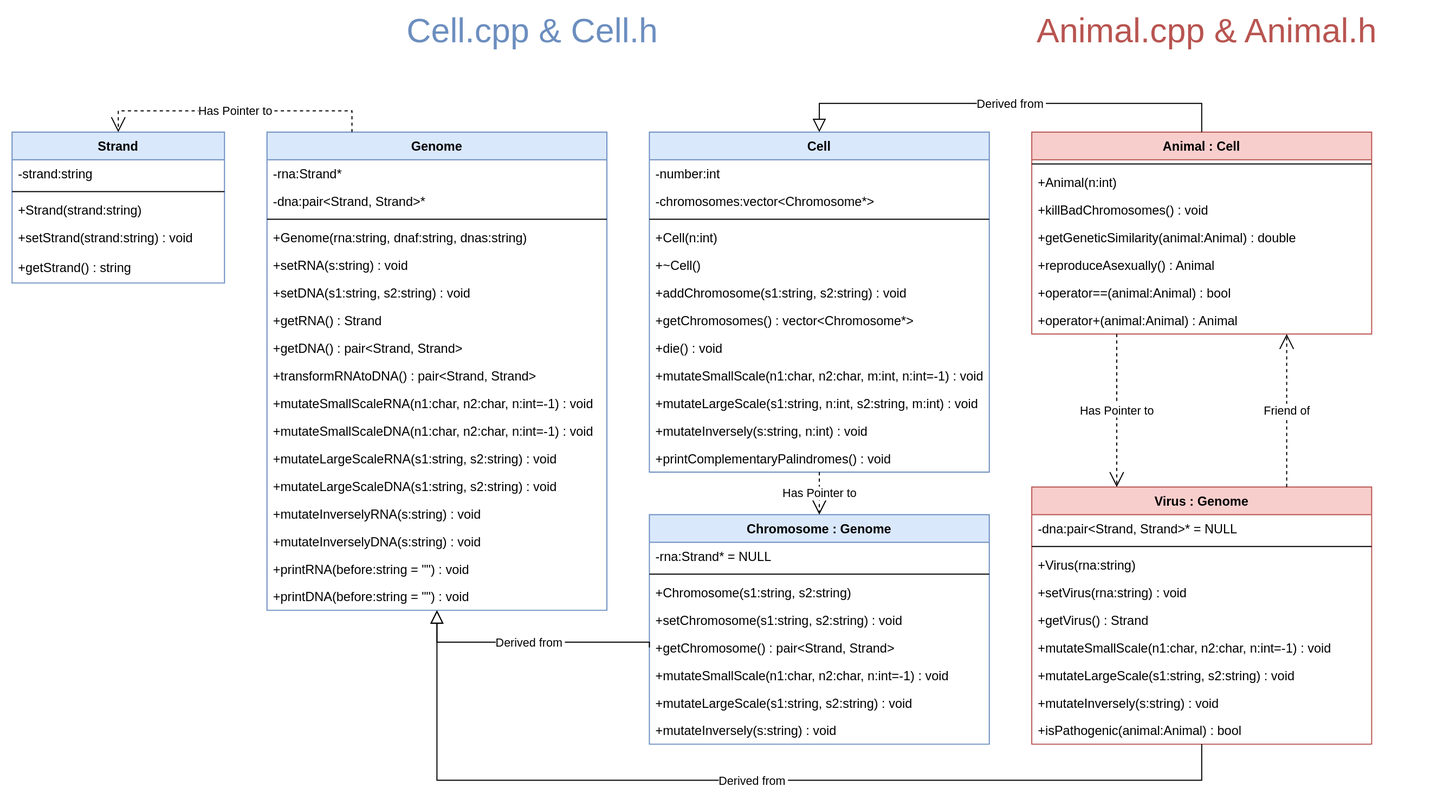
Before: schema/classes.drawio.svg, a diagram exported from draw.io (k-forghani/class-of-life). Source tidied: cells renumbered, new cells last; positions are measured from the earlier drawing's top-left corner, leaving out a move shared by most shapes.
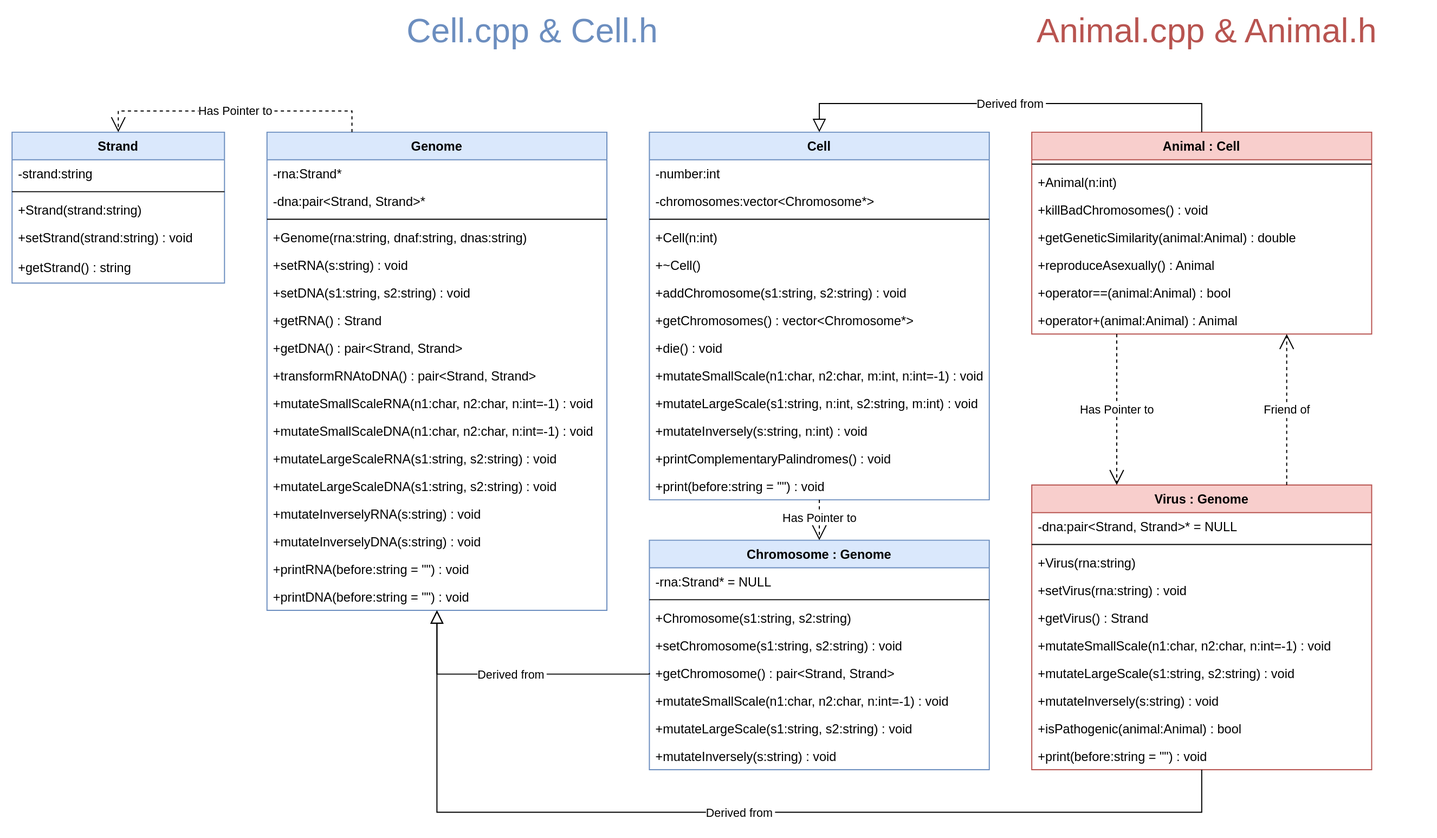
The same diagram one commit later.

Commit message:
Added specific print() for Chromosome and Virus

What changed in the source:
```diff
@@ -57,7 +57,7 @@
       <mxGeometry y="424" width="320" height="26" as="geometry" />
     </mxCell>
     <mxCell id="20" value="Chromosome : Genome" style="swimlane;fontStyle=1;align=center;verticalAlign=top;horizontal=1;startSize=26;rounded=0;shadow=0;strokeWidth=1;fillColor=#dae8fc;strokeColor=#6c8ebf;swimlaneFillColor=default;" parent="1" vertex="1">
-      <mxGeometry x="600" y="470" width="320" height="216" as="geometry" />
+      <mxGeometry x="600" y="494" width="320" height="216" as="geometry" />
     </mxCell>
     <mxCell id="21" value="-rna:Strand* = NULL" style="text;align=left;verticalAlign=top;spacingLeft=4;spacingRight=4;overflow=hidden;" parent="20" vertex="1">
       <mxGeometry y="26" width="320" height="26" as="geometry" />
@@ -86,7 +86,7 @@
     <mxCell id="29" value="Derived from" style="endArrow=block;endSize=10;endFill=0;shadow=0;strokeWidth=1;rounded=0;edgeStyle=elbowEdgeStyle;elbow=vertical;exitX=0;exitY=0.5;exitDx=0;exitDy=0;entryX=0.5;entryY=1;entryDx=0;entryDy=0;" parent="1" edge="1" source="25" target="2">
       <mxGeometry relative="1" as="geometry">
         <Array as="points">
-          <mxPoint x="480" y="590" />
+          <mxPoint x="510" y="620" />
           <mxPoint x="480" y="580" />
         </Array>
       </mxGeometry>
@@ -110,7 +110,7 @@
       <mxGeometry y="114" width="200" height="28" as="geometry" />
     </mxCell>
     <mxCell id="36" value="Cell" style="swimlane;fontStyle=1;align=center;verticalAlign=top;horizontal=1;startSize=26;rounded=0;shadow=0;strokeWidth=1;fillColor=#dae8fc;strokeColor=#6c8ebf;swimlaneFillColor=default;" parent="1" vertex="1">
-      <mxGeometry x="600" y="110" width="320" height="320" as="geometry" />
+      <mxGeometry x="600" y="110" width="320" height="346" as="geometry" />
     </mxCell>
     <mxCell id="37" value="-number:int" style="text;align=left;verticalAlign=top;spacingLeft=4;spacingRight=4;overflow=hidden;" parent="36" vertex="1">
       <mxGeometry y="26" width="320" height="26" as="geometry" />
@@ -148,6 +148,9 @@
     <mxCell id="48" value="+printComplementaryPalindromes() : void" style="text;align=left;verticalAlign=top;spacingLeft=4;spacingRight=4;overflow=hidden;" parent="36" vertex="1">
       <mxGeometry y="294" width="320" height="26" as="geometry" />
     </mxCell>
+    <mxCell id="75" value="+print(before:string = &quot;&quot;) : void" style="text;align=left;verticalAlign=top;spacingLeft=4;spacingRight=4;overflow=hidden;" parent="36" vertex="1">
+      <mxGeometry y="320" width="320" height="26" as="geometry" />
+    </mxCell>
     <mxCell id="49" value="Has Pointer to" style="endArrow=open;endSize=12;dashed=1;html=1;rounded=0;exitX=0.25;exitY=0;exitDx=0;exitDy=0;entryX=0.5;entryY=0;entryDx=0;entryDy=0;" parent="1" edge="1" source="2" target="30">
       <mxGeometry relative="1" as="geometry">
         <Array as="points">
@@ -157,17 +160,13 @@
       </mxGeometry>
     </mxCell>
     <mxCell id="50" value="Has Pointer to" style="endArrow=open;endSize=12;dashed=1;html=1;rounded=0;entryX=0.5;entryY=0;entryDx=0;entryDy=0;exitX=0.5;exitY=1;exitDx=0;exitDy=0;" parent="1" edge="1" source="36" target="20">
-      <mxGeometry relative="1" as="geometry">
-        <Array as="points">
-          <mxPoint x="760" y="440" />
-        </Array>
-      </mxGeometry>
+      <mxGeometry x="-0.11" relative="1" as="geometry" />
     </mxCell>
     <mxCell id="51" value="&lt;span style=&quot;font-size: 32px;&quot;&gt;Cell.cpp&lt;/span&gt; &amp;amp; &lt;span style=&quot;font-size: 32px;&quot;&gt;Cell.h&lt;/span&gt;" style="text;html=1;strokeColor=none;fillColor=none;align=center;verticalAlign=middle;whiteSpace=wrap;rounded=0;fontSize=32;fontColor=#6C8EBF;" parent="1" vertex="1">
       <mxGeometry x="330" width="320" height="30" as="geometry" />
     </mxCell>
     <mxCell id="52" value="Virus : Genome" style="swimlane;fontStyle=1;align=center;verticalAlign=top;horizontal=1;startSize=26;rounded=0;shadow=0;strokeWidth=1;fillColor=#f8cecc;strokeColor=#b85450;swimlaneFillColor=default;" parent="1" vertex="1">
-      <mxGeometry x="960" y="444" width="320" height="242" as="geometry" />
+      <mxGeometry x="960" y="442" width="320" height="268" as="geometry" />
     </mxCell>
     <mxCell id="53" value="-dna:pair&lt;Strand, Strand&gt;* = NULL" style="text;align=left;verticalAlign=top;spacingLeft=4;spacingRight=4;overflow=hidden;" parent="52" vertex="1">
       <mxGeometry y="26" width="320" height="26" as="geometry" />
@@ -196,6 +195,9 @@
     <mxCell id="61" value="+isPathogenic(animal:Animal) : bool" style="text;align=left;verticalAlign=top;spacingLeft=4;spacingRight=4;overflow=hidden;" parent="52" vertex="1">
       <mxGeometry y="216" width="320" height="26" as="geometry" />
     </mxCell>
+    <mxCell id="76" value="+print(before:string = &quot;&quot;) : void" style="text;align=left;verticalAlign=top;spacingLeft=4;spacingRight=4;overflow=hidden;" parent="52" vertex="1">
+      <mxGeometry y="242" width="320" height="26" as="geometry" />
+    </mxCell>
     <mxCell id="62" value="Animal : Cell" style="swimlane;fontStyle=1;align=center;verticalAlign=top;horizontal=1;startSize=26;rounded=0;shadow=0;strokeWidth=1;fillColor=#f8cecc;strokeColor=#B85450;swimlaneFillColor=default;" parent="1" vertex="1">
       <mxGeometry x="960" y="110" width="320" height="190" as="geometry" />
     </mxCell>
@@ -240,7 +242,7 @@
     <mxCell id="74" value="Derived from" style="endArrow=block;endSize=10;endFill=0;shadow=0;strokeWidth=1;rounded=0;edgeStyle=elbowEdgeStyle;elbow=vertical;exitX=0.5;exitY=1;exitDx=0;exitDy=0;entryX=0.5;entryY=1;entryDx=0;entryDy=0;" parent="1" edge="1" source="52" target="2">
       <mxGeometry relative="1" as="geometry">
         <Array as="points">
-          <mxPoint x="760" y="720" />
+          <mxPoint x="780" y="750" />
           <mxPoint x="1010" y="743" />
         </Array>
       </mxGeometry>
```
